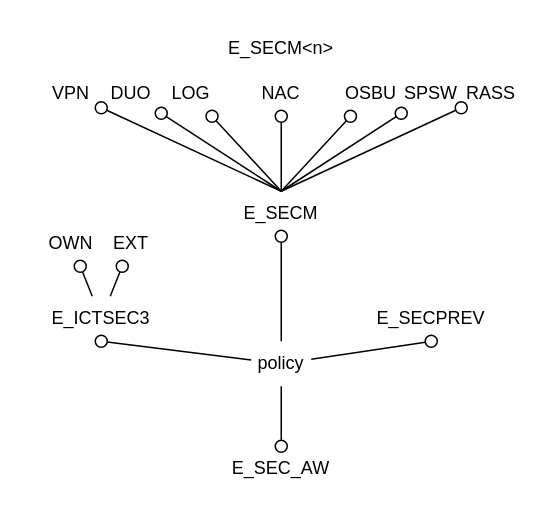
The draw.io diagram figures/isoc_cisce_ra_indic.drawio in amanfucci/sistemi-informativi, before the edit. Source tidied: cells renumbered, new cells numbered last; positions are measured from the earlier drawing's top-left corner, leaving out a move shared by most shapes. Both pictures are drawn from the tidied source at 150%, with x=0, y=0 at pixel (26, 26).
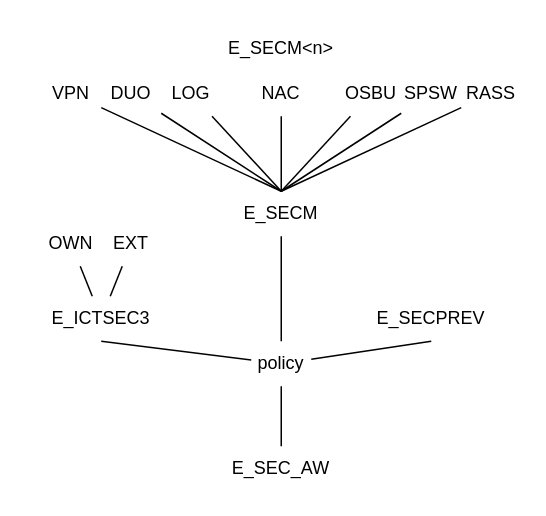
Above is the later version.

The change refers to these unchanged cells:
```xml
<mxCell id="2" value="DUO" style="text;html=1;whiteSpace=wrap;strokeColor=none;fillColor=none;align=center;verticalAlign=middle;rounded=0;" parent="1" vertex="1">
  <mxGeometry x="50" y="30" width="40" height="30" as="geometry" />
</mxCell>
<mxCell id="3" value="LOG" style="text;html=1;whiteSpace=wrap;strokeColor=none;fillColor=none;align=center;verticalAlign=middle;rounded=0;" parent="1" vertex="1">
  <mxGeometry x="90" y="30" width="40" height="30" as="geometry" />
</mxCell>
<mxCell id="4" value="NAC" style="text;html=1;whiteSpace=wrap;strokeColor=none;fillColor=none;align=center;verticalAlign=middle;rounded=0;" parent="1" vertex="1">
  <mxGeometry x="150" y="30" width="40" height="30" as="geometry" />
</mxCell>
<mxCell id="5" value="OSBU" style="text;html=1;whiteSpace=wrap;strokeColor=none;fillColor=none;align=center;verticalAlign=middle;rounded=0;" parent="1" vertex="1">
  <mxGeometry x="210" y="30" width="40" height="30" as="geometry" />
</mxCell>
<mxCell id="6" value="SPSW" style="text;html=1;whiteSpace=wrap;strokeColor=none;fillColor=none;align=center;verticalAlign=middle;rounded=0;" parent="1" vertex="1">
  <mxGeometry x="250" y="30" width="40" height="30" as="geometry" />
</mxCell>
<mxCell id="7" value="RASS" style="text;html=1;whiteSpace=wrap;strokeColor=none;fillColor=none;align=center;verticalAlign=middle;rounded=0;" parent="1" vertex="1">
  <mxGeometry x="290" y="30" width="40" height="30" as="geometry" />
</mxCell>
<mxCell id="8" value="VPN" style="text;html=1;whiteSpace=wrap;strokeColor=none;fillColor=none;align=center;verticalAlign=middle;rounded=0;" parent="1" vertex="1">
  <mxGeometry x="10" y="30" width="40" height="30" as="geometry" />
</mxCell>
<mxCell id="9" value="E_SECM" style="text;html=1;whiteSpace=wrap;strokeColor=none;fillColor=none;align=center;verticalAlign=middle;rounded=0;" parent="1" vertex="1">
  <mxGeometry x="120" y="110" width="100" height="30" as="geometry" />
</mxCell>
<mxCell id="19" value="E_SECPREV" style="text;html=1;whiteSpace=wrap;strokeColor=none;fillColor=none;align=center;verticalAlign=middle;rounded=0;" parent="1" vertex="1">
  <mxGeometry x="220" y="180" width="100" height="30" as="geometry" />
</mxCell>
<mxCell id="21" value="E_ICTSEC3" style="text;html=1;whiteSpace=wrap;strokeColor=none;fillColor=none;align=center;verticalAlign=middle;rounded=0;" parent="1" vertex="1">
  <mxGeometry y="180" width="100" height="30" as="geometry" />
</mxCell>
<mxCell id="23" value="EXT" style="text;html=1;whiteSpace=wrap;strokeColor=none;fillColor=none;align=center;verticalAlign=middle;rounded=0;" parent="1" vertex="1">
  <mxGeometry x="50" y="130" width="40" height="30" as="geometry" />
</mxCell>
<mxCell id="24" value="OWN" style="text;html=1;whiteSpace=wrap;strokeColor=none;fillColor=none;align=center;verticalAlign=middle;rounded=0;" parent="1" vertex="1">
  <mxGeometry x="10" y="130" width="40" height="30" as="geometry" />
</mxCell>
<mxCell id="27" value="policy" style="text;html=1;whiteSpace=wrap;strokeColor=none;fillColor=none;align=center;verticalAlign=middle;rounded=0;" parent="1" vertex="1">
  <mxGeometry x="150" y="210" width="40" height="30" as="geometry" />
</mxCell>
<mxCell id="29" value="E_SEC_AW" style="text;html=1;whiteSpace=wrap;strokeColor=none;fillColor=none;align=center;verticalAlign=middle;rounded=0;" parent="1" vertex="1">
  <mxGeometry x="120" y="280" width="100" height="30" as="geometry" />
</mxCell>
```

Change to the diagram source:
```diff
@@
-    <mxCell id="10" style="endArrow=oval;html=1;rounded=0;endFill=0;endSize=8;exitX=0.5;exitY=0;exitDx=0;exitDy=0;" parent="1" edge="1" source="9" target="8">
+    <mxCell id="10" style="endArrow=none;html=1;rounded=0;endFill=0;endSize=8;exitX=0.5;exitY=0;exitDx=0;exitDy=0;" parent="1" edge="1" source="9" target="8">
       <mxGeometry relative="1" as="geometry" />
     </mxCell>
-    <mxCell id="11" style="endArrow=oval;html=1;rounded=0;endFill=0;endSize=8;exitX=0.5;exitY=0;exitDx=0;exitDy=0;" parent="1" edge="1" source="9" target="2">
+    <mxCell id="11" style="endArrow=none;html=1;rounded=0;endFill=0;endSize=8;exitX=0.5;exitY=0;exitDx=0;exitDy=0;" parent="1" edge="1" source="9" target="2">
       <mxGeometry relative="1" as="geometry" />
     </mxCell>
-    <mxCell id="12" style="endArrow=oval;html=1;rounded=0;endFill=0;endSize=8;exitX=0.5;exitY=0;exitDx=0;exitDy=0;" parent="1" edge="1" source="9" target="3">
+    <mxCell id="12" style="endArrow=none;html=1;rounded=0;endFill=0;endSize=8;exitX=0.5;exitY=0;exitDx=0;exitDy=0;" parent="1" edge="1" source="9" target="3">
       <mxGeometry relative="1" as="geometry" />
     </mxCell>
-    <mxCell id="13" style="endArrow=oval;html=1;rounded=0;endFill=0;endSize=8;" parent="1" edge="1" source="9" target="4">
+    <mxCell id="13" style="endArrow=none;html=1;rounded=0;endFill=0;endSize=8;" parent="1" edge="1" source="9" target="4">
       <mxGeometry relative="1" as="geometry" />
     </mxCell>
-    <mxCell id="14" style="endArrow=oval;html=1;rounded=0;endFill=0;endSize=8;exitX=0.5;exitY=0;exitDx=0;exitDy=0;" parent="1" edge="1" source="9" target="5">
+    <mxCell id="14" style="endArrow=none;html=1;rounded=0;endFill=0;endSize=8;exitX=0.5;exitY=0;exitDx=0;exitDy=0;" parent="1" edge="1" source="9" target="5">
       <mxGeometry relative="1" as="geometry" />
     </mxCell>
-    <mxCell id="15" style="endArrow=oval;html=1;rounded=0;endFill=0;endSize=8;exitX=0.5;exitY=0;exitDx=0;exitDy=0;" parent="1" edge="1" source="9" target="6">
+    <mxCell id="15" style="endArrow=none;html=1;rounded=0;endFill=0;endSize=8;exitX=0.5;exitY=0;exitDx=0;exitDy=0;" parent="1" edge="1" source="9" target="6">
       <mxGeometry relative="1" as="geometry" />
     </mxCell>
-    <mxCell id="16" style="endArrow=oval;html=1;rounded=0;endFill=0;endSize=8;exitX=0.5;exitY=0;exitDx=0;exitDy=0;" parent="1" edge="1" source="9" target="7">
+    <mxCell id="16" style="endArrow=none;html=1;rounded=0;endFill=0;endSize=8;exitX=0.5;exitY=0;exitDx=0;exitDy=0;" parent="1" edge="1" source="9" target="7">
       <mxGeometry relative="1" as="geometry" />
     </mxCell>
-    <mxCell id="17" style="endArrow=oval;html=1;rounded=0;entryX=0.5;entryY=1;entryDx=0;entryDy=0;startArrow=none;startFill=0;endFill=0;endSize=8;startSize=8;" parent="1" edge="1" source="27" target="9">
+    <mxCell id="17" style="endArrow=none;html=1;rounded=0;entryX=0.5;entryY=1;entryDx=0;entryDy=0;startArrow=none;startFill=0;endFill=0;endSize=8;startSize=8;" parent="1" edge="1" source="27" target="9">
       <mxGeometry relative="1" as="geometry" />
     </mxCell>
@@
-    <mxCell id="20" style="endArrow=oval;html=1;rounded=0;entryX=0.5;entryY=1;entryDx=0;entryDy=0;startArrow=none;startFill=0;endFill=0;endSize=8;startSize=8;" parent="1" edge="1" source="27" target="19">
+    <mxCell id="20" style="endArrow=none;html=1;rounded=0;entryX=0.5;entryY=1;entryDx=0;entryDy=0;startArrow=none;startFill=0;endFill=0;endSize=8;startSize=8;" parent="1" edge="1" source="27" target="19">
       <mxGeometry relative="1" as="geometry" />
     </mxCell>
@@
-    <mxCell id="22" style="endArrow=oval;html=1;rounded=0;entryX=0.5;entryY=1;entryDx=0;entryDy=0;startArrow=none;startFill=0;endFill=0;endSize=8;startSize=8;" parent="1" edge="1" source="27" target="21">
+    <mxCell id="22" style="endArrow=none;html=1;rounded=0;entryX=0.5;entryY=1;entryDx=0;entryDy=0;startArrow=none;startFill=0;endFill=0;endSize=8;startSize=8;" parent="1" edge="1" source="27" target="21">
       <mxGeometry relative="1" as="geometry" />
     </mxCell>
@@
-    <mxCell id="25" style="endArrow=oval;html=1;rounded=0;endFill=0;endSize=8;" parent="1" edge="1" source="21" target="24">
+    <mxCell id="25" style="endArrow=none;html=1;rounded=0;endFill=0;endSize=8;" parent="1" edge="1" source="21" target="24">
       <mxGeometry relative="1" as="geometry" />
     </mxCell>
-    <mxCell id="26" style="endArrow=oval;html=1;rounded=0;endFill=0;endSize=8;" parent="1" edge="1" source="21" target="23">
+    <mxCell id="26" style="endArrow=none;html=1;rounded=0;endFill=0;endSize=8;" parent="1" edge="1" source="21" target="23">
       <mxGeometry relative="1" as="geometry" />
     </mxCell>
@@
-    <mxCell id="28" style="endArrow=oval;html=1;rounded=0;startArrow=none;startFill=0;endFill=0;endSize=8;startSize=8;" parent="1" edge="1" source="27" target="29">
+    <mxCell id="28" style="endArrow=none;html=1;rounded=0;startArrow=none;startFill=0;endFill=0;endSize=8;startSize=8;" parent="1" edge="1" source="27" target="29">
       <mxGeometry relative="1" as="geometry" />
     </mxCell>
```
